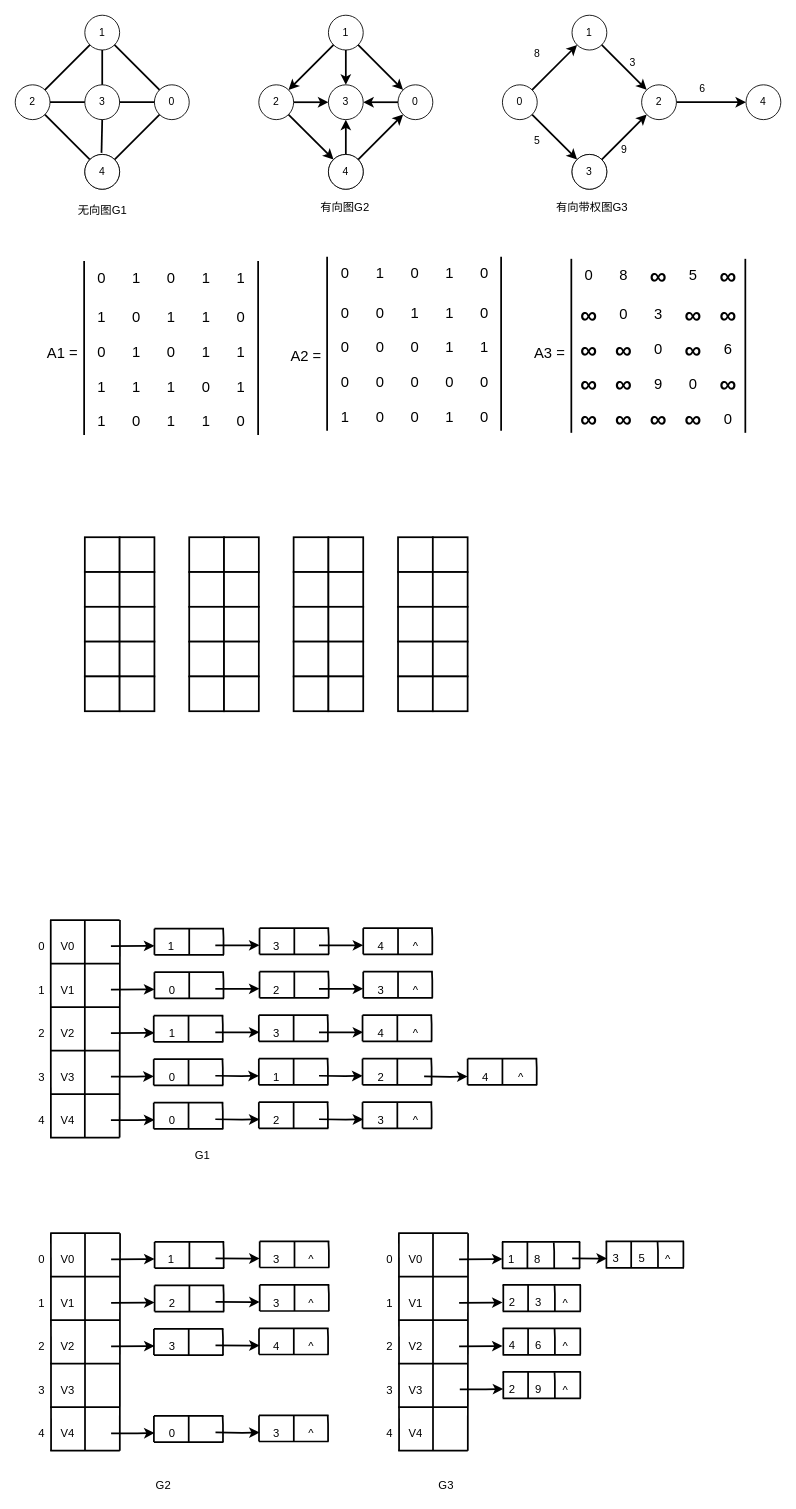
m-c-c/graph keeps this draw.io diagram as Untitled Diagram.drawio. Above is the earlier version. Source tidied: cells renumbered, new cells numbered last; positions are measured from the earlier drawing's top-left corner, leaving out a move shared by most shapes. Both pictures are drawn from the tidied source at 87%, with x=0, y=0 at pixel (15, 15).
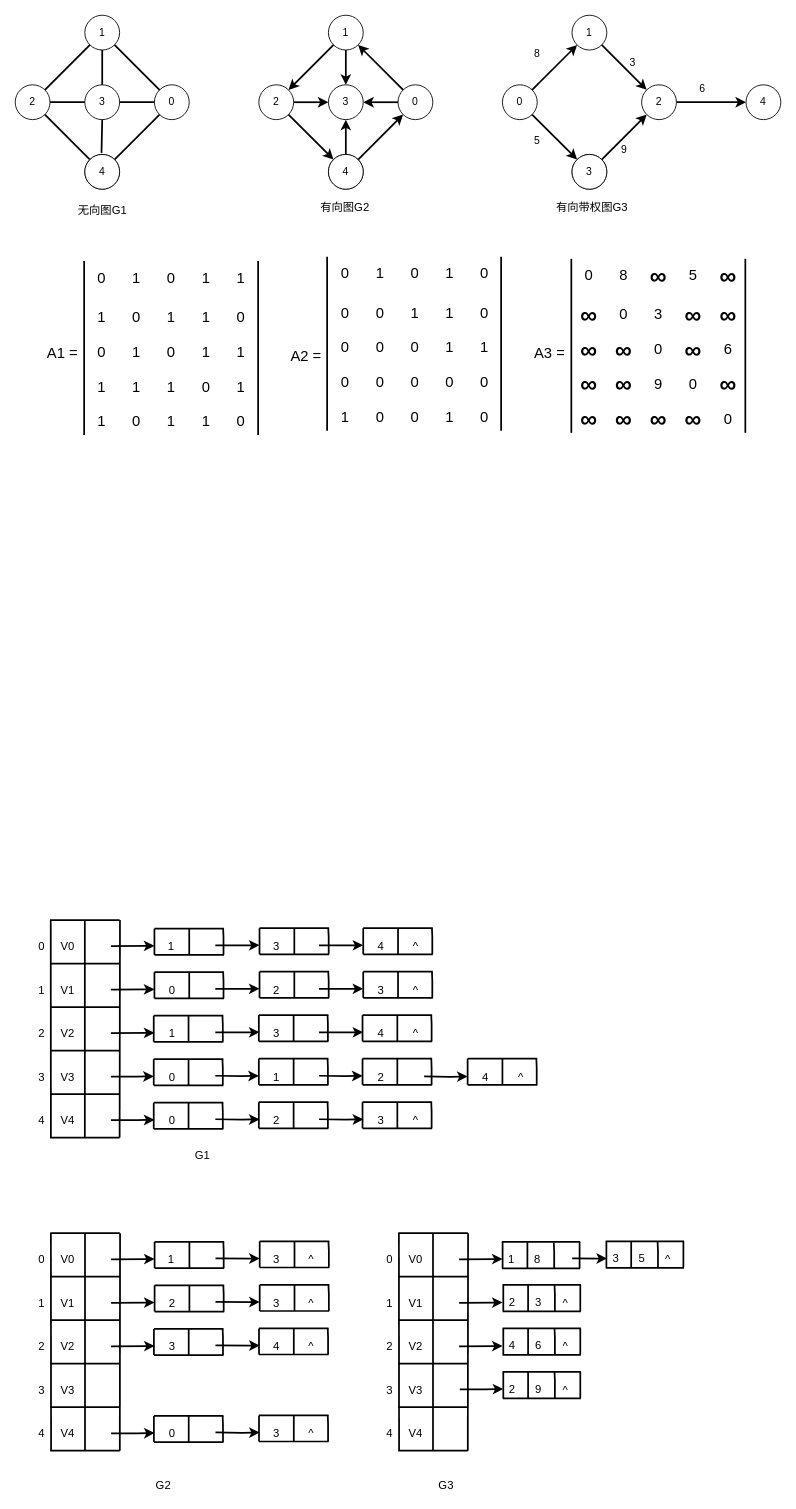
After the change.

Unchanged cells that the change refers to:
```xml
<mxCell id="17" value="1" style="ellipse;whiteSpace=wrap;html=1;" parent="1" vertex="1">
  <mxGeometry x="360" width="40" height="40" as="geometry" />
</mxCell>
<mxCell id="20" value="0" style="ellipse;whiteSpace=wrap;html=1;" parent="1" vertex="1">
  <mxGeometry x="440" y="80" width="40" height="40" as="geometry" />
</mxCell>
```

Diff of the diagram source:
```diff
@@
-    <mxCell id="27" style="endArrow=classic;html=1;rounded=0;strokeWidth=2;exitX=1;exitY=1;exitDx=0;exitDy=0;" parent="1" edge="1" source="17" target="20">
+    <mxCell id="27" style="endArrow=classic;html=1;rounded=0;strokeWidth=2;entryX=1;entryY=1;entryDx=0;entryDy=0;exitX=0;exitY=0;exitDx=0;exitDy=0;" parent="1" edge="1" source="20" target="17">
       <mxGeometry relative="1" as="geometry" />
     </mxCell>
@@
-    <mxCell id="133" style="whiteSpace=wrap;html=1;fontSize=13;strokeWidth=2;" parent="1" vertex="1">
-      <mxGeometry x="80" y="600" width="40" height="40" as="geometry" />
-    </mxCell>
-    <mxCell id="134" style="whiteSpace=wrap;html=1;fontSize=13;strokeWidth=2;" parent="1" vertex="1">
-      <mxGeometry x="80" y="640" width="40" height="40" as="geometry" />
-    </mxCell>
-    <mxCell id="135" style="whiteSpace=wrap;html=1;fontSize=13;strokeWidth=2;" parent="1" vertex="1">
-      <mxGeometry x="80" y="680" width="40" height="40" as="geometry" />
-    </mxCell>
-    <mxCell id="136" style="whiteSpace=wrap;html=1;fontSize=13;strokeWidth=2;" parent="1" vertex="1">
-      <mxGeometry x="80" y="720" width="40" height="40" as="geometry" />
-    </mxCell>
-    <mxCell id="137" style="whiteSpace=wrap;html=1;fontSize=13;strokeWidth=2;" parent="1" vertex="1">
-      <mxGeometry x="80" y="760" width="40" height="40" as="geometry" />
-    </mxCell>
-    <mxCell id="138" style="whiteSpace=wrap;html=1;fontSize=13;strokeWidth=2;" parent="1" vertex="1">
-      <mxGeometry x="120" y="600" width="40" height="40" as="geometry" />
-    </mxCell>
-    <mxCell id="139" style="whiteSpace=wrap;html=1;fontSize=13;strokeWidth=2;" parent="1" vertex="1">
-      <mxGeometry x="120" y="640" width="40" height="40" as="geometry" />
-    </mxCell>
-    <mxCell id="140" style="whiteSpace=wrap;html=1;fontSize=13;strokeWidth=2;" parent="1" vertex="1">
-      <mxGeometry x="120" y="680" width="40" height="40" as="geometry" />
-    </mxCell>
-    <mxCell id="141" style="whiteSpace=wrap;html=1;fontSize=13;strokeWidth=2;" parent="1" vertex="1">
-      <mxGeometry x="120" y="720" width="40" height="40" as="geometry" />
-    </mxCell>
-    <mxCell id="142" style="whiteSpace=wrap;html=1;fontSize=13;strokeWidth=2;" parent="1" vertex="1">
-      <mxGeometry x="120" y="760" width="40" height="40" as="geometry" />
-    </mxCell>
-    <mxCell id="143" style="whiteSpace=wrap;html=1;fontSize=13;strokeWidth=2;" parent="1" vertex="1">
-      <mxGeometry x="200" y="600" width="40" height="40" as="geometry" />
-    </mxCell>
-    <mxCell id="144" style="whiteSpace=wrap;html=1;fontSize=13;strokeWidth=2;" parent="1" vertex="1">
-      <mxGeometry x="200" y="640" width="40" height="40" as="geometry" />
-    </mxCell>
-    <mxCell id="145" style="whiteSpace=wrap;html=1;fontSize=13;strokeWidth=2;" parent="1" vertex="1">
-      <mxGeometry x="200" y="680" width="40" height="40" as="geometry" />
-    </mxCell>
-    <mxCell id="146" style="whiteSpace=wrap;html=1;fontSize=13;strokeWidth=2;" parent="1" vertex="1">
-      <mxGeometry x="200" y="720" width="40" height="40" as="geometry" />
-    </mxCell>
-    <mxCell id="147" style="whiteSpace=wrap;html=1;fontSize=13;strokeWidth=2;" parent="1" vertex="1">
-      <mxGeometry x="200" y="760" width="40" height="40" as="geometry" />
-    </mxCell>
-    <mxCell id="148" style="whiteSpace=wrap;html=1;fontSize=13;strokeWidth=2;" parent="1" vertex="1">
-      <mxGeometry x="240" y="600" width="40" height="40" as="geometry" />
-    </mxCell>
-    <mxCell id="149" style="whiteSpace=wrap;html=1;fontSize=13;strokeWidth=2;" parent="1" vertex="1">
-      <mxGeometry x="240" y="640" width="40" height="40" as="geometry" />
-    </mxCell>
-    <mxCell id="150" style="whiteSpace=wrap;html=1;fontSize=13;strokeWidth=2;" parent="1" vertex="1">
-      <mxGeometry x="240" y="680" width="40" height="40" as="geometry" />
-    </mxCell>
-    <mxCell id="151" style="whiteSpace=wrap;html=1;fontSize=13;strokeWidth=2;" parent="1" vertex="1">
-      <mxGeometry x="240" y="720" width="40" height="40" as="geometry" />
-    </mxCell>
-    <mxCell id="152" style="whiteSpace=wrap;html=1;fontSize=13;strokeWidth=2;" parent="1" vertex="1">
-      <mxGeometry x="240" y="760" width="40" height="40" as="geometry" />
-    </mxCell>
-    <mxCell id="153" style="whiteSpace=wrap;html=1;fontSize=13;strokeWidth=2;" parent="1" vertex="1">
-      <mxGeometry x="320" y="600" width="40" height="40" as="geometry" />
-    </mxCell>
-    <mxCell id="154" style="whiteSpace=wrap;html=1;fontSize=13;strokeWidth=2;" parent="1" vertex="1">
-      <mxGeometry x="320" y="640" width="40" height="40" as="geometry" />
-    </mxCell>
-    <mxCell id="155" style="whiteSpace=wrap;html=1;fontSize=13;strokeWidth=2;" parent="1" vertex="1">
-      <mxGeometry x="320" y="680" width="40" height="40" as="geometry" />
-    </mxCell>
-    <mxCell id="156" style="whiteSpace=wrap;html=1;fontSize=13;strokeWidth=2;" parent="1" vertex="1">
-      <mxGeometry x="320" y="720" width="40" height="40" as="geometry" />
-    </mxCell>
-    <mxCell id="157" style="whiteSpace=wrap;html=1;fontSize=13;strokeWidth=2;" parent="1" vertex="1">
-      <mxGeometry x="320" y="760" width="40" height="40" as="geometry" />
-    </mxCell>
-    <mxCell id="158" style="whiteSpace=wrap;html=1;fontSize=13;strokeWidth=2;" parent="1" vertex="1">
-      <mxGeometry x="360" y="600" width="40" height="40" as="geometry" />
-    </mxCell>
-    <mxCell id="159" style="whiteSpace=wrap;html=1;fontSize=13;strokeWidth=2;" parent="1" vertex="1">
-      <mxGeometry x="360" y="640" width="40" height="40" as="geometry" />
-    </mxCell>
-    <mxCell id="160" style="whiteSpace=wrap;html=1;fontSize=13;strokeWidth=2;" parent="1" vertex="1">
-      <mxGeometry x="360" y="680" width="40" height="40" as="geometry" />
-    </mxCell>
-    <mxCell id="161" style="whiteSpace=wrap;html=1;fontSize=13;strokeWidth=2;" parent="1" vertex="1">
-      <mxGeometry x="360" y="720" width="40" height="40" as="geometry" />
-    </mxCell>
-    <mxCell id="162" style="whiteSpace=wrap;html=1;fontSize=13;strokeWidth=2;" parent="1" vertex="1">
-      <mxGeometry x="360" y="760" width="40" height="40" as="geometry" />
-    </mxCell>
-    <mxCell id="163" style="whiteSpace=wrap;html=1;fontSize=13;strokeWidth=2;" parent="1" vertex="1">
-      <mxGeometry x="440" y="600" width="40" height="40" as="geometry" />
-    </mxCell>
-    <mxCell id="164" style="whiteSpace=wrap;html=1;fontSize=13;strokeWidth=2;" parent="1" vertex="1">
-      <mxGeometry x="440" y="640" width="40" height="40" as="geometry" />
-    </mxCell>
-    <mxCell id="165" style="whiteSpace=wrap;html=1;fontSize=13;strokeWidth=2;" parent="1" vertex="1">
-      <mxGeometry x="440" y="680" width="40" height="40" as="geometry" />
-    </mxCell>
-    <mxCell id="166" style="whiteSpace=wrap;html=1;fontSize=13;strokeWidth=2;" parent="1" vertex="1">
-      <mxGeometry x="440" y="720" width="40" height="40" as="geometry" />
-    </mxCell>
-    <mxCell id="167" style="whiteSpace=wrap;html=1;fontSize=13;strokeWidth=2;" parent="1" vertex="1">
-      <mxGeometry x="440" y="760" width="40" height="40" as="geometry" />
-    </mxCell>
-    <mxCell id="168" style="whiteSpace=wrap;html=1;fontSize=13;strokeWidth=2;" parent="1" vertex="1">
-      <mxGeometry x="480" y="600" width="40" height="40" as="geometry" />
-    </mxCell>
-    <mxCell id="169" style="whiteSpace=wrap;html=1;fontSize=13;strokeWidth=2;" parent="1" vertex="1">
-      <mxGeometry x="480" y="640" width="40" height="40" as="geometry" />
-    </mxCell>
-    <mxCell id="170" style="whiteSpace=wrap;html=1;fontSize=13;strokeWidth=2;" parent="1" vertex="1">
-      <mxGeometry x="480" y="680" width="40" height="40" as="geometry" />
-    </mxCell>
-    <mxCell id="171" style="whiteSpace=wrap;html=1;fontSize=13;strokeWidth=2;" parent="1" vertex="1">
-      <mxGeometry x="480" y="720" width="40" height="40" as="geometry" />
-    </mxCell>
-    <mxCell id="172" style="whiteSpace=wrap;html=1;fontSize=13;strokeWidth=2;" parent="1" vertex="1">
-      <mxGeometry x="480" y="760" width="40" height="40" as="geometry" />
-    </mxCell>
```
